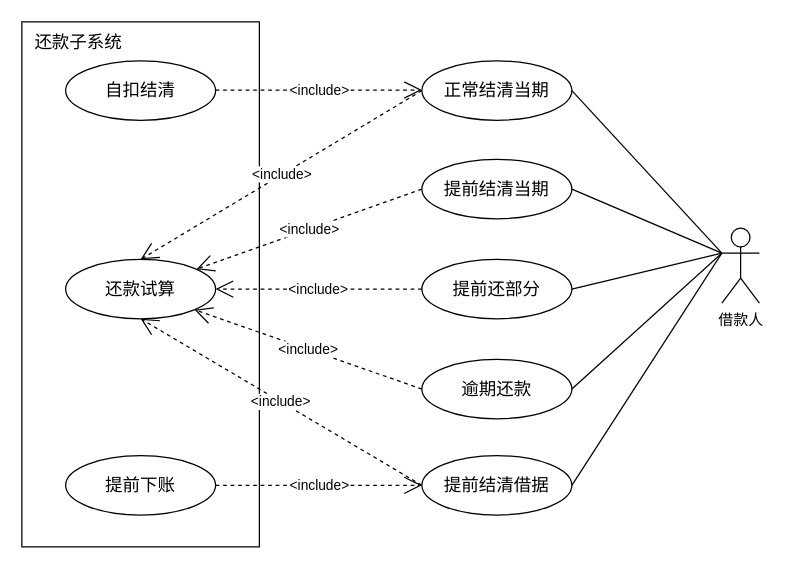
Above: 还款试算用例图.drawio in wuxiao-web/graduationThesis (draw.io), before the change. Source tidied: cells renumbered, new cells numbered last; positions are measured from the earlier drawing's top-left corner, leaving out a move shared by most shapes. Both pictures are drawn from the tidied source at 125%, with x=0, y=0 at pixel (21, 21).
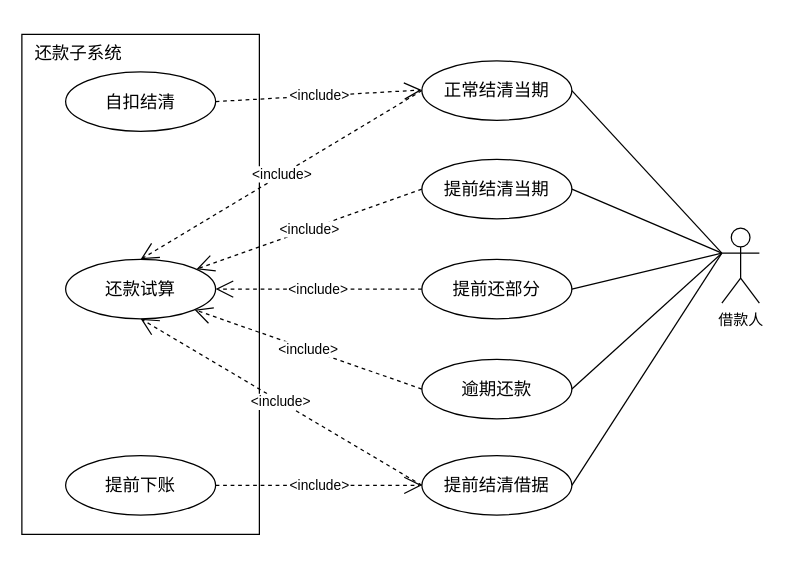
Above is the later version.

Commit message:
更新还款试算用例图.drawio

Change to the diagram source:
```diff
@@
     <mxCell id="5" style="html=1;whiteSpace=wrap;" parent="1" vertex="1">
-      <mxGeometry width="190" height="420" as="geometry" />
+      <mxGeometry y="10" width="190" height="400" as="geometry" />
     </mxCell>
     <mxCell id="6" value="&lt;font style=&quot;font-size: 14px;&quot;&gt;还款子系统&lt;/font&gt;" style="text;html=1;align=center;verticalAlign=middle;strokeColor=none;fillColor=none;" parent="1" vertex="1">
-      <mxGeometry y="1.2" width="90" height="30" as="geometry" />
+      <mxGeometry y="10" width="90" height="30" as="geometry" />
     </mxCell>
@@
     <mxCell id="23" value="&lt;span style=&quot;font-size: 14px;&quot;&gt;自扣结清&lt;/span&gt;" style="ellipse;whiteSpace=wrap;html=1;" parent="1" vertex="1">
-      <mxGeometry x="35" y="31.2" width="120" height="47.5" as="geometry" />
+      <mxGeometry x="35" y="40" width="120" height="47.5" as="geometry" />
     </mxCell>
-    <mxCell id="24" value="&amp;lt;include&amp;gt;" style="endArrow=open;endSize=12;dashed=1;html=1;rounded=0;exitX=1;exitY=0.5;exitDx=0;exitDy=0;entryX=0;entryY=0.5;entryDx=0;entryDy=0;" parent="1" edge="1">
+    <mxCell id="24" value="&amp;lt;include&amp;gt;" style="endArrow=open;endSize=12;dashed=1;html=1;rounded=0;entryX=0;entryY=0.5;entryDx=0;entryDy=0;exitX=1;exitY=0.5;exitDx=0;exitDy=0;" parent="1" edge="1" source="23">
       <mxGeometry relative="1" as="geometry">
-        <mxPoint x="155" y="54.5" as="sourcePoint" />
         <mxPoint x="320" y="54.5" as="targetPoint" />
       </mxGeometry>
     </mxCell>
```
